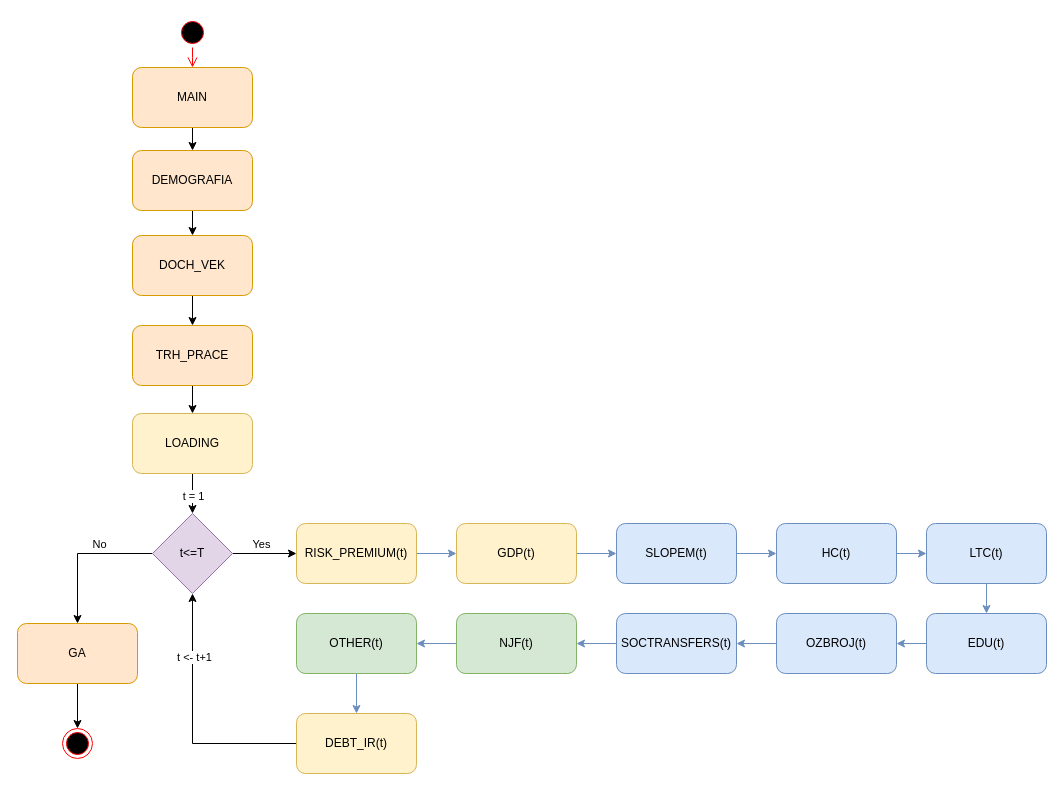
Above: Untitled Diagram.drawio in zuzancek/schemes (draw.io), before the change. Source tidied: cells renumbered, new cells numbered last; positions are measured from the earlier drawing's top-left corner, leaving out a move shared by most shapes. Both pictures are drawn from the tidied source at 100%, with x=0, y=0 at pixel (17, 17).
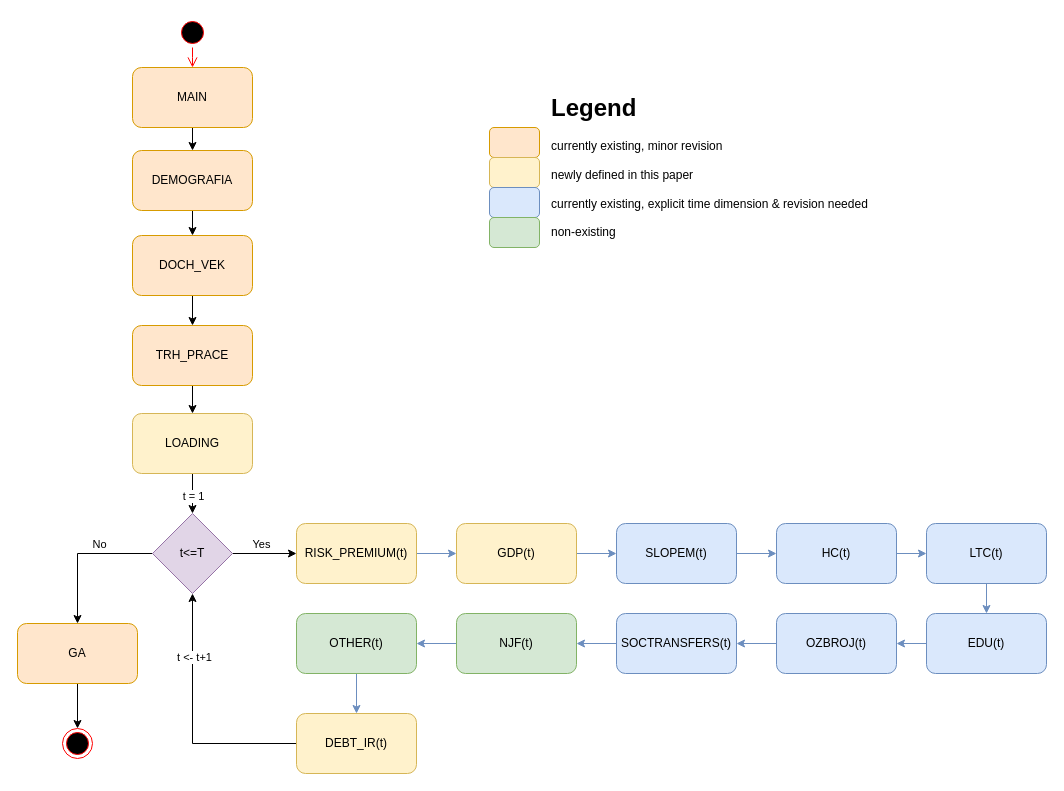
After the change.

Commit message:
sceham_UDU

Diff of the diagram source:
```diff
@@
+    <mxCell id="46" style="rounded=1;whiteSpace=wrap;html=1;fillColor=#ffe6cc;strokeColor=#d79b00;" parent="1" vertex="1">
+      <mxGeometry x="472" y="110" width="50" height="30" as="geometry" />
+    </mxCell>
+    <mxCell id="47" style="rounded=1;whiteSpace=wrap;html=1;fillColor=#fff2cc;strokeColor=#d6b656;" parent="1" vertex="1">
+      <mxGeometry x="472" y="140" width="50" height="30" as="geometry" />
+    </mxCell>
+    <mxCell id="48" style="rounded=1;whiteSpace=wrap;html=1;fillColor=#dae8fc;strokeColor=#6c8ebf;" parent="1" vertex="1">
+      <mxGeometry x="472" y="170" width="50" height="30" as="geometry" />
+    </mxCell>
+    <mxCell id="49" style="rounded=1;whiteSpace=wrap;html=1;fillColor=#d5e8d4;strokeColor=#82b366;" parent="1" vertex="1">
+      <mxGeometry x="472" y="200" width="50" height="30" as="geometry" />
+    </mxCell>
+    <mxCell id="50" value="&lt;h1&gt;Legend&lt;/h1&gt;&lt;div&gt;currently existing, minor revision&lt;/div&gt;&lt;div&gt;&lt;br&gt;&lt;/div&gt;&lt;div&gt;newly defined in this paper&lt;/div&gt;&lt;div&gt;&lt;br&gt;&lt;/div&gt;&lt;div&gt;currently existing, explicit time dimension &amp;amp; revision needed&lt;/div&gt;&lt;div&gt;&lt;br&gt;&lt;/div&gt;&lt;div&gt;non-existing&lt;/div&gt;" style="text;html=1;strokeColor=none;fillColor=none;spacing=5;spacingTop=-20;whiteSpace=wrap;overflow=hidden;rounded=0;" parent="1" vertex="1">
+      <mxGeometry x="529" y="71" width="391" height="175" as="geometry" />
+    </mxCell>
```
